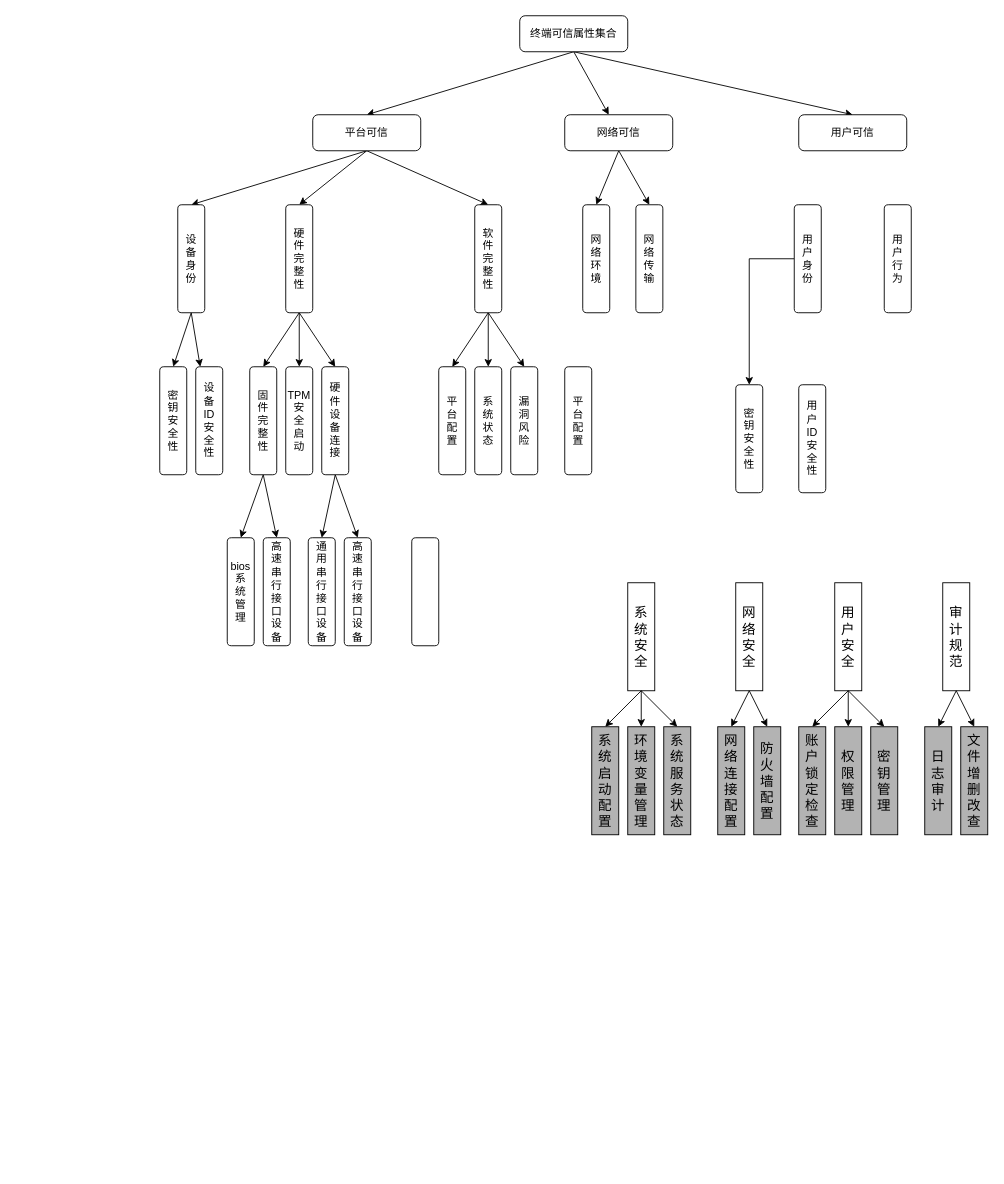
Moose1273/- keeps this draw.io diagram as testDirectory/终端可信属性集合.drawio. Above is the earlier version. Source tidied: cells renumbered, new cells numbered last; positions are measured from the earlier drawing's top-left corner, leaving out a move shared by most shapes. Both pictures are drawn from the tidied source at 90%, with x=0, y=0 at pixel (159, 15).
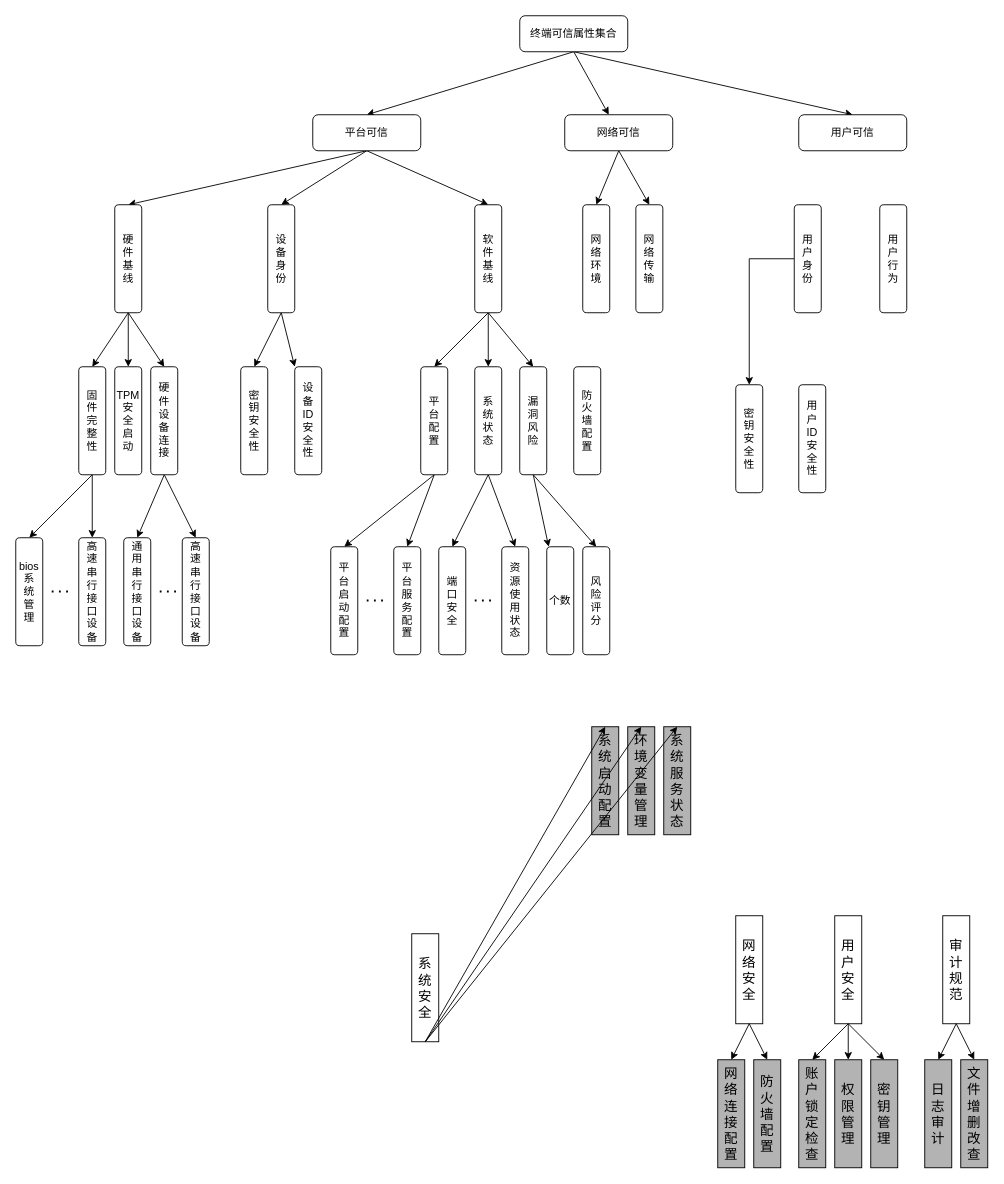
Above is the later version.

Commit message (it also covers changes not shown here):
更新终端可信属性集合.drawio

The change refers to these unchanged cells:
```xml
<mxCell id="26" value="系&lt;div&gt;统&lt;/div&gt;&lt;div&gt;状&lt;/div&gt;&lt;div&gt;态&lt;/div&gt;" style="rounded=1;whiteSpace=wrap;html=1;direction=south;" parent="1" vertex="1">
  <mxGeometry x="350" y="390" width="30" height="120" as="geometry" />
</mxCell>
```

The edit, as a diff of the source:
```diff
@@
-    <mxCell id="17" value="软&lt;div&gt;件&lt;/div&gt;&lt;div&gt;完&lt;/div&gt;&lt;div&gt;整&lt;/div&gt;&lt;div&gt;性&lt;/div&gt;" style="rounded=1;whiteSpace=wrap;html=1;direction=south;" parent="1" vertex="1">
+    <mxCell id="17" value="软&lt;div&gt;件&lt;/div&gt;&lt;div&gt;基&lt;/div&gt;&lt;div&gt;线&lt;/div&gt;" style="rounded=1;whiteSpace=wrap;html=1;direction=south;" parent="1" vertex="1">
       <mxGeometry x="350" y="210" width="30" height="120" as="geometry" />
     </mxCell>
@@
-    <mxCell id="21" value="硬&lt;div&gt;件&lt;/div&gt;&lt;div&gt;完&lt;/div&gt;&lt;div&gt;整&lt;/div&gt;&lt;div&gt;性&lt;/div&gt;" style="rounded=1;whiteSpace=wrap;html=1;direction=south;" parent="1" vertex="1">
-      <mxGeometry x="140" y="210" width="30" height="120" as="geometry" />
+    <mxCell id="21" value="硬&lt;div&gt;件&lt;/div&gt;&lt;div&gt;基&lt;/div&gt;&lt;div&gt;线&lt;/div&gt;" style="rounded=1;whiteSpace=wrap;html=1;direction=south;" parent="1" vertex="1">
+      <mxGeometry x="-50" y="210" width="30" height="120" as="geometry" />
     </mxCell>
@@
     <mxCell id="24" value="设&lt;div&gt;备&lt;/div&gt;&lt;div&gt;身&lt;/div&gt;&lt;div&gt;份&lt;/div&gt;" style="rounded=1;whiteSpace=wrap;html=1;direction=south;" parent="1" vertex="1">
-      <mxGeometry x="20" y="210" width="30" height="120" as="geometry" />
+      <mxGeometry x="120" y="210" width="30" height="120" as="geometry" />
     </mxCell>
+    <mxCell id="74" style="rounded=0;jettySize=auto;html=1;exitX=1;exitY=0.5;exitDx=0;exitDy=0;entryX=0;entryY=0.5;entryDx=0;entryDy=0;" parent="1" edge="1" source="25" target="72">
+      <mxGeometry relative="1" as="geometry" />
+    </mxCell>
+    <mxCell id="75" style="rounded=0;jettySize=auto;html=1;exitX=1;exitY=0.5;exitDx=0;exitDy=0;entryX=0;entryY=0.5;entryDx=0;entryDy=0;" parent="1" edge="1" source="25" target="80">
+      <mxGeometry relative="1" as="geometry" />
+    </mxCell>
     <mxCell id="25" value="平&lt;div&gt;台&lt;/div&gt;&lt;div&gt;配&lt;/div&gt;&lt;div&gt;置&lt;/div&gt;" style="rounded=1;whiteSpace=wrap;html=1;direction=south;" parent="1" vertex="1">
-      <mxGeometry x="310" y="390" width="30" height="120" as="geometry" />
+      <mxGeometry x="290" y="390" width="30" height="120" as="geometry" />
     </mxCell>
+    <mxCell id="76" style="rounded=0;jettySize=auto;html=1;exitX=1;exitY=0.5;exitDx=0;exitDy=0;entryX=0;entryY=0.5;entryDx=0;entryDy=0;" parent="1" edge="1" source="26" target="84">
+      <mxGeometry relative="1" as="geometry" />
+    </mxCell>
+    <mxCell id="77" style="rounded=0;jettySize=auto;html=1;exitX=1;exitY=0.5;exitDx=0;exitDy=0;entryX=0;entryY=0.5;entryDx=0;entryDy=0;" parent="1" edge="1" source="26" target="86">
+      <mxGeometry relative="1" as="geometry" />
+    </mxCell>
@@
+    <mxCell id="78" style="rounded=0;jettySize=auto;html=1;exitX=1;exitY=0.5;exitDx=0;exitDy=0;" parent="1" edge="1" source="27" target="87">
+      <mxGeometry relative="1" as="geometry" />
+    </mxCell>
+    <mxCell id="79" style="rounded=0;jettySize=auto;html=1;exitX=1;exitY=0.5;exitDx=0;exitDy=0;entryX=0;entryY=0.5;entryDx=0;entryDy=0;" parent="1" edge="1" source="27" target="88">
+      <mxGeometry relative="1" as="geometry" />
+    </mxCell>
     <mxCell id="27" value="漏&lt;div&gt;洞&lt;div&gt;风&lt;/div&gt;&lt;div&gt;险&lt;/div&gt;&lt;/div&gt;" style="rounded=1;whiteSpace=wrap;html=1;direction=south;" parent="1" vertex="1">
-      <mxGeometry x="390" y="390" width="30" height="120" as="geometry" />
+      <mxGeometry x="400" y="390" width="30" height="120" as="geometry" />
     </mxCell>
@@
     <mxCell id="32" value="用&lt;div&gt;户&lt;/div&gt;&lt;div&gt;行&lt;/div&gt;&lt;div&gt;为&lt;/div&gt;" style="rounded=1;whiteSpace=wrap;html=1;direction=south;" parent="1" vertex="1">
-      <mxGeometry x="805" y="210" width="30" height="120" as="geometry" />
+      <mxGeometry x="800" y="210" width="30" height="120" as="geometry" />
     </mxCell>
@@
     <mxCell id="37" value="固&lt;div&gt;件&lt;/div&gt;&lt;div&gt;完&lt;/div&gt;&lt;div&gt;整&lt;/div&gt;&lt;div&gt;性&lt;/div&gt;" style="rounded=1;whiteSpace=wrap;html=1;direction=south;" parent="1" vertex="1">
-      <mxGeometry x="100" y="390" width="30" height="120" as="geometry" />
+      <mxGeometry x="-90" y="390" width="30" height="120" as="geometry" />
     </mxCell>
     <mxCell id="38" value="TPM安&lt;div&gt;全&lt;/div&gt;&lt;div&gt;启&lt;/div&gt;&lt;div&gt;动&lt;/div&gt;" style="rounded=1;whiteSpace=wrap;html=1;direction=south;" parent="1" vertex="1">
-      <mxGeometry x="140" y="390" width="30" height="120" as="geometry" />
+      <mxGeometry x="-50" y="390" width="30" height="120" as="geometry" />
     </mxCell>
@@
     <mxCell id="41" value="硬&lt;div&gt;件&lt;/div&gt;&lt;div&gt;设&lt;/div&gt;&lt;div&gt;备&lt;/div&gt;&lt;div&gt;连&lt;/div&gt;&lt;div&gt;接&lt;/div&gt;" style="rounded=1;whiteSpace=wrap;html=1;direction=south;" parent="1" vertex="1">
-      <mxGeometry x="180" y="390" width="30" height="120" as="geometry" />
+      <mxGeometry x="-10" y="390" width="30" height="120" as="geometry" />
     </mxCell>
     <mxCell id="42" value="&lt;div&gt;bios&lt;/div&gt;&lt;div&gt;系&lt;div&gt;统&lt;/div&gt;&lt;div&gt;管&lt;/div&gt;&lt;div&gt;理&lt;/div&gt;&lt;/div&gt;" style="rounded=1;whiteSpace=wrap;html=1;direction=south;" parent="1" vertex="1">
-      <mxGeometry x="75" y="580" width="30" height="120" as="geometry" />
+      <mxGeometry x="-160" y="580" width="30" height="120" as="geometry" />
     </mxCell>
     <mxCell id="43" value="高&lt;div&gt;速&lt;/div&gt;&lt;div&gt;串&lt;/div&gt;&lt;div&gt;行&lt;/div&gt;&lt;div&gt;接&lt;/div&gt;&lt;div&gt;口&lt;/div&gt;&lt;div&gt;设&lt;/div&gt;&lt;div&gt;备&lt;/div&gt;" style="rounded=1;whiteSpace=wrap;html=1;direction=south;" parent="1" vertex="1">
-      <mxGeometry x="115" y="580" width="30" height="120" as="geometry" />
+      <mxGeometry x="-90" y="580" width="30" height="120" as="geometry" />
     </mxCell>
     <mxCell id="44" value="高&lt;div&gt;速&lt;/div&gt;&lt;div&gt;串&lt;/div&gt;&lt;div&gt;行&lt;/div&gt;&lt;div&gt;接&lt;/div&gt;&lt;div&gt;口&lt;/div&gt;&lt;div&gt;设&lt;/div&gt;&lt;div&gt;备&lt;/div&gt;" style="rounded=1;whiteSpace=wrap;html=1;direction=south;" parent="1" vertex="1">
-      <mxGeometry x="205" y="580" width="30" height="120" as="geometry" />
+      <mxGeometry x="25" y="580" width="30" height="120" as="geometry" />
     </mxCell>
     <mxCell id="45" value="&lt;div&gt;通&lt;/div&gt;&lt;div&gt;用&lt;/div&gt;&lt;div&gt;串&lt;/div&gt;&lt;div&gt;行&lt;/div&gt;&lt;div&gt;接&lt;/div&gt;&lt;div&gt;口&lt;/div&gt;&lt;div&gt;设&lt;/div&gt;&lt;div&gt;备&lt;/div&gt;" style="rounded=1;whiteSpace=wrap;html=1;direction=south;" parent="1" vertex="1">
-      <mxGeometry x="165" y="580" width="30" height="120" as="geometry" />
+      <mxGeometry x="-40" y="580" width="30" height="120" as="geometry" />
     </mxCell>
     <mxCell id="46" value="密&lt;div&gt;钥&lt;/div&gt;&lt;div&gt;安&lt;/div&gt;&lt;div&gt;全&lt;/div&gt;&lt;div&gt;性&lt;/div&gt;" style="rounded=1;whiteSpace=wrap;html=1;direction=south;" parent="1" vertex="1">
-      <mxGeometry y="390" width="30" height="120" as="geometry" />
+      <mxGeometry x="90" y="390" width="30" height="120" as="geometry" />
     </mxCell>
     <mxCell id="47" value="设&lt;div&gt;备&lt;/div&gt;&lt;div&gt;ID&lt;div&gt;安&lt;/div&gt;&lt;div&gt;全&lt;/div&gt;&lt;div&gt;性&lt;/div&gt;&lt;/div&gt;" style="rounded=1;whiteSpace=wrap;html=1;direction=south;" parent="1" vertex="1">
-      <mxGeometry x="40" y="390" width="30" height="120" as="geometry" />
+      <mxGeometry x="150" y="390" width="30" height="120" as="geometry" />
     </mxCell>
     <mxCell id="48" value="&lt;font style=&quot;font-size: 15px;&quot;&gt;系统安全&lt;/font&gt;" style="rounded=0;whiteSpace=wrap;html=1;" parent="1" vertex="1">
-      <mxGeometry x="520" y="630" width="30" height="120" as="geometry" />
+      <mxGeometry x="280" y="1020" width="30" height="120" as="geometry" />
     </mxCell>
     <mxCell id="49" value="&lt;font style=&quot;font-size: 15px;&quot;&gt;网络安全&lt;/font&gt;" style="rounded=0;whiteSpace=wrap;html=1;" parent="1" vertex="1">
-      <mxGeometry x="640" y="630" width="30" height="120" as="geometry" />
+      <mxGeometry x="640" y="1000" width="30" height="120" as="geometry" />
     </mxCell>
     <mxCell id="50" value="&lt;font style=&quot;font-size: 15px;&quot;&gt;用户安全&lt;/font&gt;" style="rounded=0;whiteSpace=wrap;html=1;" parent="1" vertex="1">
-      <mxGeometry x="750" y="630" width="30" height="120" as="geometry" />
+      <mxGeometry x="750" y="1000" width="30" height="120" as="geometry" />
     </mxCell>
     <mxCell id="51" value="&lt;span style=&quot;font-size: 15px;&quot;&gt;审计规范&lt;/span&gt;" style="rounded=0;whiteSpace=wrap;html=1;fillColor=#FFFFFF;" parent="1" vertex="1">
-      <mxGeometry x="870" y="630" width="30" height="120" as="geometry" />
+      <mxGeometry x="870" y="1000" width="30" height="120" as="geometry" />
     </mxCell>
@@
     <mxCell id="54" value="&lt;font style=&quot;font-size: 15px;&quot;&gt;账户锁定检查&lt;/font&gt;" style="rounded=0;whiteSpace=wrap;html=1;fillColor=#B3B3B3;" parent="1" vertex="1">
-      <mxGeometry x="710" y="790" width="30" height="120" as="geometry" />
+      <mxGeometry x="710" y="1160" width="30" height="120" as="geometry" />
     </mxCell>
     <mxCell id="55" value="&lt;font style=&quot;font-size: 15px;&quot;&gt;权限管理&lt;/font&gt;" style="rounded=0;whiteSpace=wrap;html=1;fillColor=#B3B3B3;" parent="1" vertex="1">
-      <mxGeometry x="750" y="790" width="30" height="120" as="geometry" />
+      <mxGeometry x="750" y="1160" width="30" height="120" as="geometry" />
     </mxCell>
     <mxCell id="56" value="&lt;font style=&quot;font-size: 15px;&quot;&gt;网络连&lt;br&gt;接配置&lt;/font&gt;" style="rounded=0;whiteSpace=wrap;html=1;fillColor=#B3B3B3;" parent="1" vertex="1">
-      <mxGeometry x="620" y="790" width="30" height="120" as="geometry" />
+      <mxGeometry x="620" y="1160" width="30" height="120" as="geometry" />
     </mxCell>
@@
     <mxCell id="58" value="&lt;span style=&quot;font-size: 15px;&quot;&gt;防火墙配置&lt;/span&gt;" style="rounded=0;whiteSpace=wrap;html=1;fillColor=#B3B3B3;" parent="1" vertex="1">
-      <mxGeometry x="660" y="790" width="30" height="120" as="geometry" />
+      <mxGeometry x="660" y="1160" width="30" height="120" as="geometry" />
     </mxCell>
     <mxCell id="59" value="&lt;font style=&quot;font-size: 15px;&quot;&gt;密钥管理&lt;/font&gt;" style="rounded=0;whiteSpace=wrap;html=1;fillColor=#B3B3B3;" parent="1" vertex="1">
-      <mxGeometry x="790" y="790" width="30" height="120" as="geometry" />
+      <mxGeometry x="790" y="1160" width="30" height="120" as="geometry" />
     </mxCell>
@@
     <mxCell id="68" value="&lt;font style=&quot;font-size: 15px;&quot;&gt;日志审计&lt;/font&gt;" style="rounded=0;whiteSpace=wrap;html=1;fillColor=#B3B3B3;" parent="1" vertex="1">
-      <mxGeometry x="850" y="790" width="30" height="120" as="geometry" />
+      <mxGeometry x="850" y="1160" width="30" height="120" as="geometry" />
     </mxCell>
     <mxCell id="69" value="&lt;font style=&quot;font-size: 15px;&quot;&gt;文件增删改查&lt;/font&gt;" style="rounded=0;whiteSpace=wrap;html=1;fillColor=#B3B3B3;" parent="1" vertex="1">
-      <mxGeometry x="890" y="790" width="30" height="120" as="geometry" />
+      <mxGeometry x="890" y="1160" width="30" height="120" as="geometry" />
     </mxCell>
@@
-    <mxCell id="72" style="rounded=1;whiteSpace=wrap;html=1;direction=south;" parent="1" vertex="1">
-      <mxGeometry x="280" y="580" width="30" height="120" as="geometry" />
+    <mxCell id="72" value="平&lt;div&gt;台&lt;/div&gt;&lt;div&gt;启&lt;/div&gt;&lt;div&gt;动&lt;/div&gt;&lt;div&gt;配&lt;/div&gt;&lt;div&gt;置&lt;/div&gt;" style="rounded=1;whiteSpace=wrap;html=1;direction=south;" parent="1" vertex="1">
+      <mxGeometry x="190" y="590" width="30" height="120" as="geometry" />
     </mxCell>
-    <mxCell id="73" value="平&lt;div&gt;台&lt;/div&gt;&lt;div&gt;配&lt;/div&gt;&lt;div&gt;置&lt;/div&gt;" style="rounded=1;whiteSpace=wrap;html=1;direction=south;" parent="1" vertex="1">
-      <mxGeometry x="450" y="390" width="30" height="120" as="geometry" />
+    <mxCell id="73" value="防&lt;div&gt;火&lt;/div&gt;&lt;div&gt;墙&lt;/div&gt;&lt;div&gt;配&lt;/div&gt;&lt;div&gt;置&lt;/div&gt;" style="rounded=1;whiteSpace=wrap;html=1;direction=south;" parent="1" vertex="1">
+      <mxGeometry x="460" y="390" width="30" height="120" as="geometry" />
     </mxCell>
+    <mxCell id="80" value="平&lt;div&gt;台&lt;/div&gt;&lt;div&gt;服&lt;/div&gt;&lt;div&gt;务&lt;/div&gt;&lt;div&gt;配&lt;/div&gt;&lt;div&gt;置&lt;/div&gt;" style="rounded=1;whiteSpace=wrap;html=1;direction=south;" parent="1" vertex="1">
+      <mxGeometry x="260" y="590" width="30" height="120" as="geometry" />
+    </mxCell>
+    <mxCell id="81" style="endArrow=none;dashed=1;html=1;dashPattern=1 3;strokeWidth=2;rounded=0;" parent="1" edge="1">
+      <mxGeometry relative="1" as="geometry">
+        <mxPoint y="639.7" as="sourcePoint" />
+        <mxPoint x="20" y="639.7" as="targetPoint" />
+      </mxGeometry>
+    </mxCell>
+    <mxCell id="82" style="endArrow=none;dashed=1;html=1;dashPattern=1 3;strokeWidth=2;rounded=0;" parent="1" edge="1">
+      <mxGeometry relative="1" as="geometry">
+        <mxPoint x="-120" y="639.7" as="sourcePoint" />
+        <mxPoint x="-100" y="639.7" as="targetPoint" />
+      </mxGeometry>
+    </mxCell>
+    <mxCell id="83" style="endArrow=none;dashed=1;html=1;dashPattern=1 3;strokeWidth=2;rounded=0;" parent="1" edge="1">
+      <mxGeometry relative="1" as="geometry">
+        <mxPoint x="230" y="649.7" as="sourcePoint" />
+        <mxPoint x="250" y="649.7" as="targetPoint" />
+      </mxGeometry>
+    </mxCell>
+    <mxCell id="84" value="端&lt;div&gt;口&lt;/div&gt;&lt;div&gt;安&lt;/div&gt;&lt;div&gt;全&lt;/div&gt;" style="rounded=1;whiteSpace=wrap;html=1;direction=south;" parent="1" vertex="1">
+      <mxGeometry x="310" y="590" width="30" height="120" as="geometry" />
+    </mxCell>
+    <mxCell id="85" style="endArrow=none;dashed=1;html=1;dashPattern=1 3;strokeWidth=2;rounded=0;" parent="1" edge="1">
+      <mxGeometry relative="1" as="geometry">
+        <mxPoint x="350" y="649.7" as="sourcePoint" />
+        <mxPoint x="370" y="649.7" as="targetPoint" />
+      </mxGeometry>
+    </mxCell>
+    <mxCell id="86" value="资&lt;div&gt;源&lt;/div&gt;&lt;div&gt;使&lt;/div&gt;&lt;div&gt;用&lt;/div&gt;&lt;div&gt;状&lt;/div&gt;&lt;div&gt;态&lt;/div&gt;" style="rounded=1;whiteSpace=wrap;html=1;direction=south;" parent="1" vertex="1">
+      <mxGeometry x="380" y="590" width="30" height="120" as="geometry" />
+    </mxCell>
+    <mxCell id="87" value="个数" style="rounded=1;whiteSpace=wrap;html=1;direction=south;" parent="1" vertex="1">
+      <mxGeometry x="430" y="590" width="30" height="120" as="geometry" />
+    </mxCell>
+    <mxCell id="88" value="风&lt;div&gt;险&lt;/div&gt;&lt;div&gt;评&lt;/div&gt;&lt;div&gt;分&lt;/div&gt;" style="rounded=1;whiteSpace=wrap;html=1;direction=south;" parent="1" vertex="1">
+      <mxGeometry x="470" y="590" width="30" height="120" as="geometry" />
+    </mxCell>
```
